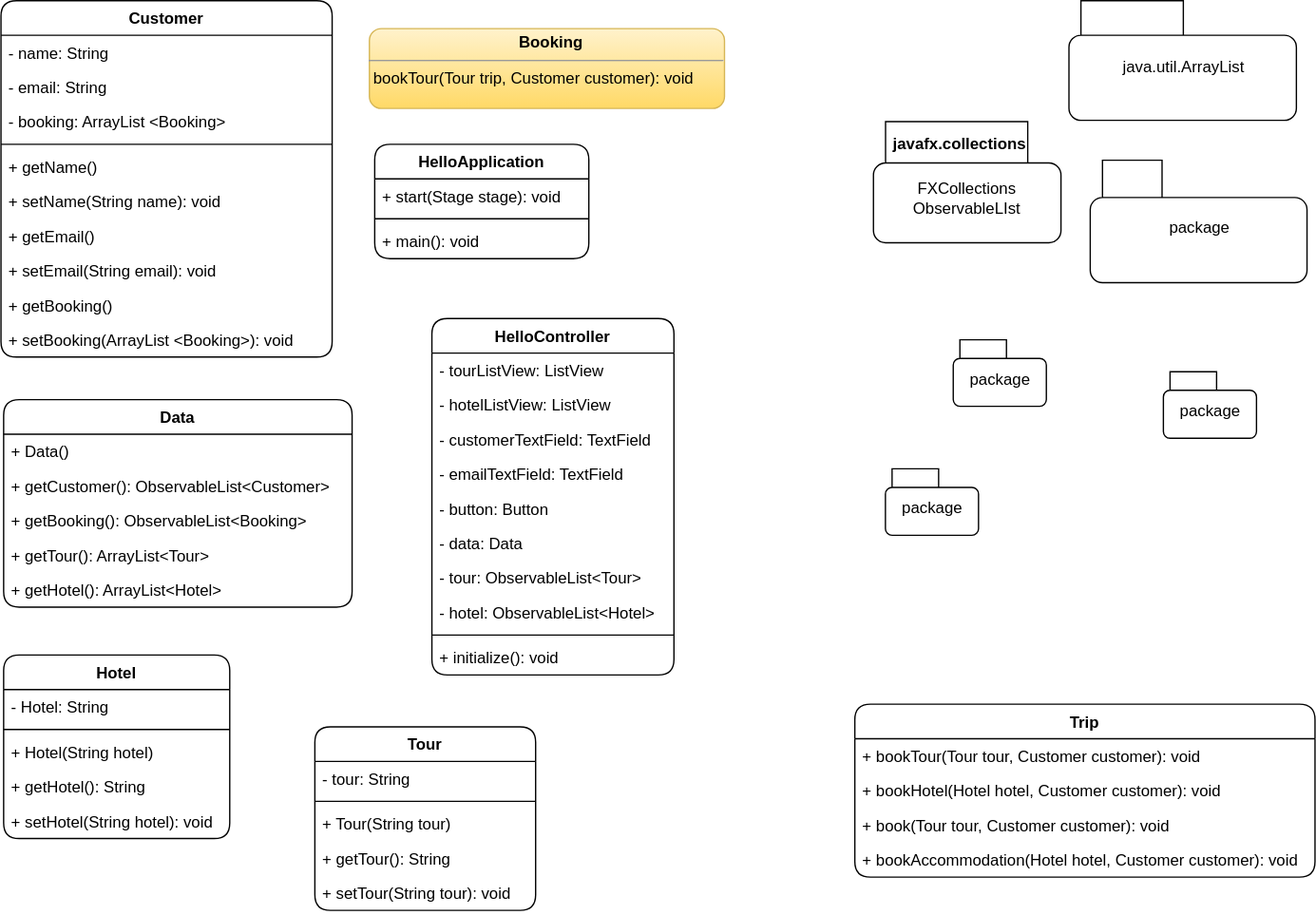
Above: ProjectDiagram.svg in elisabetj/BookingSystem (draw.io), before the change. Source tidied: cells renumbered, new cells last; positions are measured from the earlier drawing's top-left corner, leaving out a move shared by most shapes.
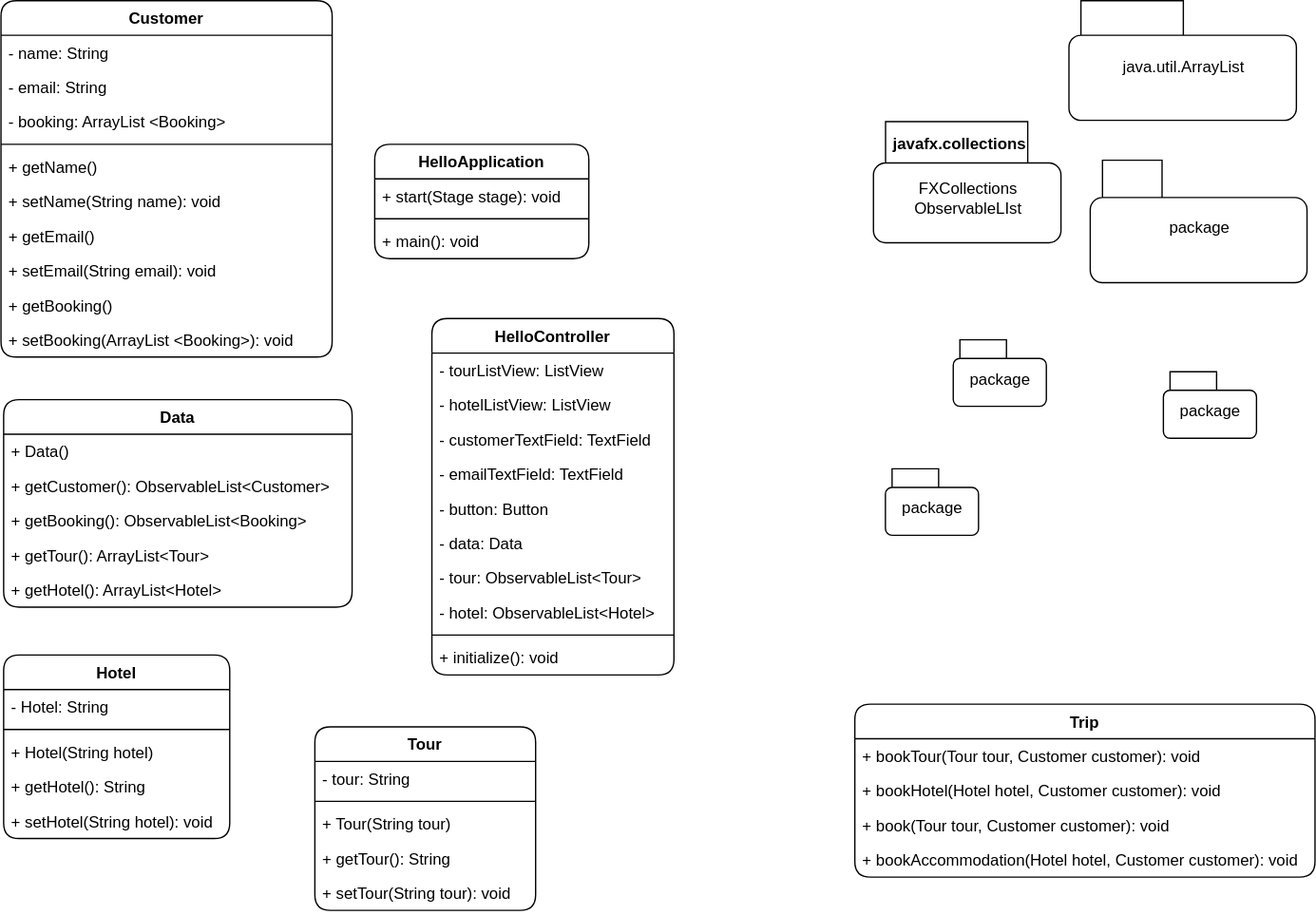
The same diagram one commit later.

Commit message:
listView uppfært

Change to the diagram source:
```diff
@@ -35,9 +35,6 @@
     <mxCell id="12" value="+ setBooking(ArrayList &lt;Booking&gt;): void" style="text;strokeColor=none;fillColor=none;align=left;verticalAlign=top;spacingLeft=4;spacingRight=4;overflow=hidden;rounded=1;" parent="2" vertex="1">
       <mxGeometry y="242" width="249" height="26" as="geometry" />
     </mxCell>
-    <mxCell id="13" value="&lt;p style=&quot;margin:0px;margin-top:4px;text-align:center;&quot;&gt;&lt;b&gt;&amp;nbsp; Booking&lt;/b&gt;&lt;/p&gt;&lt;hr size=&quot;1&quot;&gt;&lt;div style=&quot;height:2px;&quot;&gt;&amp;nbsp;bookTour(Tour trip, Customer customer): void&lt;br&gt;&lt;/div&gt;" style="verticalAlign=top;align=left;overflow=fill;fontSize=12;fontFamily=Helvetica;html=1;rounded=1;fillColor=#fff2cc;gradientColor=#ffd966;strokeColor=#d6b656;" parent="1" vertex="1">
-      <mxGeometry x="277" y="21" width="267" height="60" as="geometry" />
-    </mxCell>
     <mxCell id="14" value="Data" style="swimlane;fontStyle=1;align=center;verticalAlign=top;horizontal=1;startSize=26;rounded=1;" parent="1" vertex="1">
       <mxGeometry x="2" y="300" width="262" height="156" as="geometry" />
     </mxCell>
```
